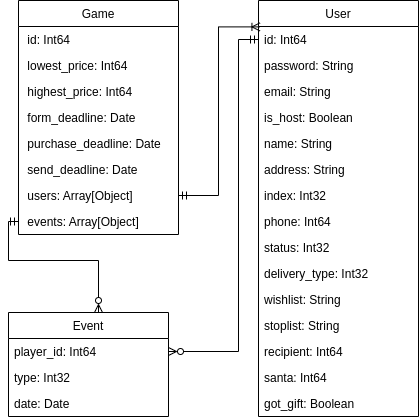
Above: assets/nosql.png in moevm/nosql2h24-secret-santa (draw.io), before the change. Source tidied: cells renumbered, new cells last; positions are measured from the earlier drawing's top-left corner, leaving out a move shared by most shapes.
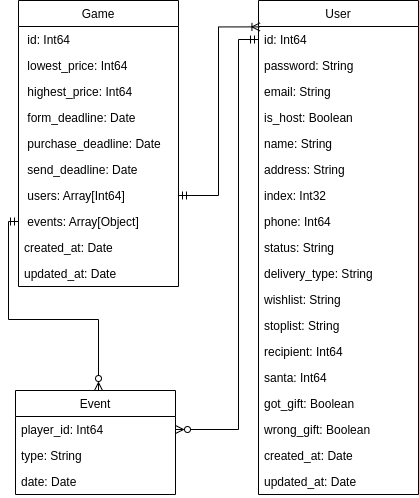
After the commit.

What changed in the source:
```diff
@@ -3,7 +3,7 @@
     <mxCell id="0" />
     <mxCell id="1" parent="0" />
     <mxCell id="2" value="Game" style="swimlane;fontStyle=0;horizontal=1;startSize=26;fillColor=none;" parent="1" vertex="1">
-      <mxGeometry x="10" width="160" height="234" as="geometry" />
+      <mxGeometry x="10" width="160" height="286" as="geometry" />
     </mxCell>
     <mxCell id="3" value=" id: Int64" style="text;strokeColor=none;fillColor=none;align=left;verticalAlign=top;spacingLeft=4;spacingRight=4;overflow=hidden;" parent="2" vertex="1">
       <mxGeometry y="26" width="160" height="26" as="geometry" />
@@ -23,14 +23,20 @@
     <mxCell id="8" value=" send_deadline: Date" style="text;strokeColor=none;fillColor=none;align=left;verticalAlign=top;spacingLeft=4;spacingRight=4;overflow=hidden;" parent="2" vertex="1">
       <mxGeometry y="156" width="160" height="26" as="geometry" />
     </mxCell>
-    <mxCell id="9" value=" users: Array[Object]" style="text;strokeColor=none;fillColor=none;align=left;verticalAlign=top;spacingLeft=4;spacingRight=4;overflow=hidden;points=[[0,0.5],[1,0.5]];portConstraint=eastwest;" parent="2" vertex="1">
+    <mxCell id="9" value=" users: Array[Int64]" style="text;strokeColor=none;fillColor=none;align=left;verticalAlign=top;spacingLeft=4;spacingRight=4;overflow=hidden;points=[[0,0.5],[1,0.5]];portConstraint=eastwest;" parent="2" vertex="1">
       <mxGeometry y="182" width="160" height="26" as="geometry" />
     </mxCell>
     <mxCell id="10" value=" events: Array[Object]" style="text;strokeColor=none;fillColor=none;align=left;verticalAlign=top;spacingLeft=4;spacingRight=4;overflow=hidden;points=[[0,0.5],[1,0.5]];portConstraint=eastwest;" parent="2" vertex="1">
       <mxGeometry y="208" width="160" height="26" as="geometry" />
     </mxCell>
+    <mxCell id="34" value="created_at: Date" style="text;strokeColor=none;fillColor=none;align=left;verticalAlign=top;spacingLeft=4;spacingRight=4;overflow=hidden;" parent="2" vertex="1">
+      <mxGeometry y="234" width="160" height="26" as="geometry" />
+    </mxCell>
+    <mxCell id="35" value="updated_at: Date" style="text;strokeColor=none;fillColor=none;align=left;verticalAlign=top;spacingLeft=4;spacingRight=4;overflow=hidden;" parent="2" vertex="1">
+      <mxGeometry y="260" width="160" height="26" as="geometry" />
+    </mxCell>
     <mxCell id="11" value="User" style="swimlane;fontStyle=0;horizontal=1;startSize=26;fillColor=none;" parent="1" vertex="1">
-      <mxGeometry x="250" width="160" height="416" as="geometry" />
+      <mxGeometry x="250" width="160" height="494" as="geometry" />
     </mxCell>
     <mxCell id="12" value="id: Int64" style="text;strokeColor=none;fillColor=none;align=left;verticalAlign=top;spacingLeft=4;spacingRight=4;overflow=hidden;points=[[0,0.5],[1,0.5]];portConstraint=eastwest;" parent="11" vertex="1">
       <mxGeometry y="26" width="160" height="26" as="geometry" />
@@ -56,10 +62,10 @@
     <mxCell id="19" value="phone: Int64" style="text;strokeColor=none;fillColor=none;align=left;verticalAlign=top;spacingLeft=4;spacingRight=4;overflow=hidden;" parent="11" vertex="1">
       <mxGeometry y="208" width="160" height="26" as="geometry" />
     </mxCell>
-    <mxCell id="20" value="status: Int32" style="text;strokeColor=none;fillColor=none;align=left;verticalAlign=top;spacingLeft=4;spacingRight=4;overflow=hidden;" parent="11" vertex="1">
+    <mxCell id="20" value="status: String" style="text;strokeColor=none;fillColor=none;align=left;verticalAlign=top;spacingLeft=4;spacingRight=4;overflow=hidden;" parent="11" vertex="1">
       <mxGeometry y="234" width="160" height="26" as="geometry" />
     </mxCell>
-    <mxCell id="21" value="delivery_type: Int32" style="text;strokeColor=none;fillColor=none;align=left;verticalAlign=top;spacingLeft=4;spacingRight=4;overflow=hidden;" parent="11" vertex="1">
+    <mxCell id="21" value="delivery_type: String" style="text;strokeColor=none;fillColor=none;align=left;verticalAlign=top;spacingLeft=4;spacingRight=4;overflow=hidden;" parent="11" vertex="1">
       <mxGeometry y="260" width="160" height="26" as="geometry" />
     </mxCell>
     <mxCell id="22" value="wishlist: String" style="text;strokeColor=none;fillColor=none;align=left;verticalAlign=top;spacingLeft=4;spacingRight=4;overflow=hidden;" parent="11" vertex="1">
@@ -74,25 +80,34 @@
     <mxCell id="25" value="santa: Int64" style="text;strokeColor=none;fillColor=none;align=left;verticalAlign=top;spacingLeft=4;spacingRight=4;overflow=hidden;" parent="11" vertex="1">
       <mxGeometry y="364" width="160" height="26" as="geometry" />
     </mxCell>
+    <mxCell id="36" value="got_gift: Boolean" style="text;strokeColor=none;fillColor=none;align=left;verticalAlign=top;spacingLeft=4;spacingRight=4;overflow=hidden;" parent="11" vertex="1">
+      <mxGeometry y="390" width="160" height="26" as="geometry" />
+    </mxCell>
-    <mxCell id="26" value="got_gift: Boolean" style="text;strokeColor=none;fillColor=none;align=left;verticalAlign=top;spacingLeft=4;spacingRight=4;overflow=hidden;" parent="11" vertex="1">
-      <mxGeometry y="390" width="160" height="26" as="geometry" />
+    <mxCell id="26" value="wrong_gift: Boolean" style="text;strokeColor=none;fillColor=none;align=left;verticalAlign=top;spacingLeft=4;spacingRight=4;overflow=hidden;" parent="11" vertex="1">
+      <mxGeometry y="416" width="160" height="26" as="geometry" />
     </mxCell>
+    <mxCell id="37" value="created_at: Date" style="text;strokeColor=none;fillColor=none;align=left;verticalAlign=top;spacingLeft=4;spacingRight=4;overflow=hidden;" parent="11" vertex="1">
+      <mxGeometry y="442" width="160" height="26" as="geometry" />
+    </mxCell>
+    <mxCell id="38" value="updated_at: Date" style="text;strokeColor=none;fillColor=none;align=left;verticalAlign=top;spacingLeft=4;spacingRight=4;overflow=hidden;" parent="11" vertex="1">
+      <mxGeometry y="468" width="160" height="26" as="geometry" />
+    </mxCell>
     <mxCell id="27" style="edgeStyle=orthogonalEdgeStyle;rounded=0;html=1;entryX=0;entryY=0.5;entryDx=0;entryDy=0;startArrow=ERzeroToMany;startFill=0;endArrow=ERmandOne;endFill=0;" parent="1" edge="1" source="28" target="10">
       <mxGeometry relative="1" as="geometry">
         <Array as="points">
-          <mxPoint x="90" y="260" />
-          <mxPoint y="260" />
+          <mxPoint x="90" y="319" />
+          <mxPoint y="319" />
           <mxPoint y="221" />
         </Array>
       </mxGeometry>
     </mxCell>
     <mxCell id="28" value="Event" style="swimlane;fontStyle=0;horizontal=1;startSize=26;fillColor=none;" parent="1" vertex="1">
-      <mxGeometry y="312" width="160" height="104" as="geometry" />
+      <mxGeometry x="7" y="390" width="160" height="104" as="geometry" />
     </mxCell>
     <mxCell id="29" value="player_id: Int64" style="text;strokeColor=none;fillColor=none;align=left;verticalAlign=top;spacingLeft=4;spacingRight=4;overflow=hidden;points=[[0,0.5],[1,0.5]];portConstraint=eastwest;" parent="28" vertex="1">
       <mxGeometry y="26" width="160" height="26" as="geometry" />
     </mxCell>
-    <mxCell id="30" value="type: Int32" style="text;strokeColor=none;fillColor=none;align=left;verticalAlign=top;spacingLeft=4;spacingRight=4;overflow=hidden;" parent="28" vertex="1">
+    <mxCell id="30" value="type: String" style="text;strokeColor=none;fillColor=none;align=left;verticalAlign=top;spacingLeft=4;spacingRight=4;overflow=hidden;" parent="28" vertex="1">
       <mxGeometry y="52" width="160" height="26" as="geometry" />
     </mxCell>
     <mxCell id="31" value="date: Date" style="text;strokeColor=none;fillColor=none;align=left;verticalAlign=top;spacingLeft=4;spacingRight=4;overflow=hidden;" parent="28" vertex="1">
@@ -109,7 +124,7 @@
     <mxCell id="33" style="edgeStyle=orthogonalEdgeStyle;rounded=0;html=1;exitX=1;exitY=0.5;exitDx=0;exitDy=0;entryX=0;entryY=0.5;entryDx=0;entryDy=0;startArrow=ERzeroToMany;startFill=0;endArrow=ERmandOne;endFill=0;" parent="1" edge="1" source="29" target="12">
       <mxGeometry relative="1" as="geometry">
         <Array as="points">
-          <mxPoint x="230" y="351" />
+          <mxPoint x="230" y="429" />
           <mxPoint x="230" y="39" />
         </Array>
       </mxGeometry>
```
